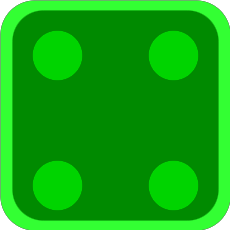
ReshadShirzai/project-opdracht keeps this draw.io diagram as img/dobbel4.png. Above is the earlier version. Source tidied: cells renumbered, new cells last; positions are measured from the earlier drawing's top-left corner, leaving out a move shared by most shapes. The source it was exported from:
```xml
<mxGraphModel>
  <root>
    <mxCell id="0" />
    <mxCell id="1" parent="0" />
    <mxCell id="2" style="rounded=1;whiteSpace=wrap;html=1;glass=0;shadow=0;fillColor=#33FF33;strokeWidth=0;" parent="1" vertex="1">
      <mxGeometry width="230" height="230" as="geometry" />
    </mxCell>
    <mxCell id="3" style="rounded=1;whiteSpace=wrap;html=1;fillColor=#008a00;fontColor=#ffffff;strokeColor=#005700;strokeWidth=0;" parent="1" vertex="1">
      <mxGeometry x="12" y="10" width="206" height="210" as="geometry" />
    </mxCell>
    <mxCell id="4" style="ellipse;whiteSpace=wrap;html=1;fillColor=#00D400;strokeColor=#005700;fontColor=#ffffff;fillStyle=solid;strokeWidth=0;" parent="1" vertex="1">
      <mxGeometry x="32" y="30" width="50" height="50" as="geometry" />
    </mxCell>
    <mxCell id="5" style="ellipse;whiteSpace=wrap;html=1;fillColor=#00D400;strokeColor=#005700;fontColor=#ffffff;fillStyle=solid;strokeWidth=0;" parent="1" vertex="1">
      <mxGeometry x="148" y="160" width="50" height="50" as="geometry" />
    </mxCell>
    <mxCell id="6" style="ellipse;whiteSpace=wrap;html=1;fillColor=#00D400;strokeColor=#005700;fontColor=#ffffff;fillStyle=solid;strokeWidth=0;" parent="1" vertex="1">
      <mxGeometry x="32" y="160" width="50" height="50" as="geometry" />
    </mxCell>
    <mxCell id="7" style="ellipse;whiteSpace=wrap;html=1;fillColor=#00D400;strokeColor=#005700;fontColor=#ffffff;fillStyle=solid;strokeWidth=0;" parent="1" vertex="1">
      <mxGeometry x="148" y="30" width="50" height="50" as="geometry" />
    </mxCell>
  </root>
</mxGraphModel>
```
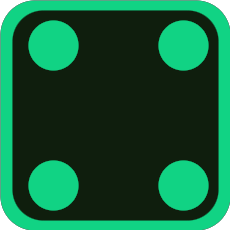
Later version of the same file.

What changed in the source:
```diff
@@ -2,23 +2,23 @@
   <root>
     <mxCell id="0" />
     <mxCell id="1" parent="0" />
-    <mxCell id="2" style="rounded=1;whiteSpace=wrap;html=1;glass=0;shadow=0;fillColor=#33FF33;strokeWidth=0;" parent="1" vertex="1">
+    <mxCell id="2" style="rounded=1;whiteSpace=wrap;html=1;glass=0;shadow=0;fillColor=#11D384;strokeWidth=0;" parent="1" vertex="1">
       <mxGeometry width="230" height="230" as="geometry" />
     </mxCell>
-    <mxCell id="3" style="rounded=1;whiteSpace=wrap;html=1;fillColor=#008a00;fontColor=#ffffff;strokeColor=#005700;strokeWidth=0;" parent="1" vertex="1">
+    <mxCell id="3" style="rounded=1;whiteSpace=wrap;html=1;fillColor=#0F1E0D;fontColor=#ffffff;strokeColor=#0F1E0D;strokeWidth=0;" parent="1" vertex="1">
       <mxGeometry x="12" y="10" width="206" height="210" as="geometry" />
     </mxCell>
-    <mxCell id="4" style="ellipse;whiteSpace=wrap;html=1;fillColor=#00D400;strokeColor=#005700;fontColor=#ffffff;fillStyle=solid;strokeWidth=0;" parent="1" vertex="1">
-      <mxGeometry x="32" y="30" width="50" height="50" as="geometry" />
-    </mxCell>
-    <mxCell id="5" style="ellipse;whiteSpace=wrap;html=1;fillColor=#00D400;strokeColor=#005700;fontColor=#ffffff;fillStyle=solid;strokeWidth=0;" parent="1" vertex="1">
-      <mxGeometry x="148" y="160" width="50" height="50" as="geometry" />
-    </mxCell>
-    <mxCell id="6" style="ellipse;whiteSpace=wrap;html=1;fillColor=#00D400;strokeColor=#005700;fontColor=#ffffff;fillStyle=solid;strokeWidth=0;" parent="1" vertex="1">
-      <mxGeometry x="32" y="160" width="50" height="50" as="geometry" />
+    <mxCell id="6" style="ellipse;whiteSpace=wrap;html=1;fillColor=#11D384;strokeColor=#11D384;fontColor=#ffffff;fillStyle=solid;strokeWidth=0;" parent="1" vertex="1">
+      <mxGeometry x="158" y="160" width="50" height="50" as="geometry" />
     </mxCell>
-    <mxCell id="7" style="ellipse;whiteSpace=wrap;html=1;fillColor=#00D400;strokeColor=#005700;fontColor=#ffffff;fillStyle=solid;strokeWidth=0;" parent="1" vertex="1">
-      <mxGeometry x="148" y="30" width="50" height="50" as="geometry" />
-    </mxCell>
+    <mxCell id="8" style="ellipse;whiteSpace=wrap;html=1;fillColor=#11D384;strokeColor=#11D384;fontColor=#ffffff;fillStyle=solid;strokeWidth=0;" parent="1" vertex="1">
+      <mxGeometry x="28" y="20" width="50" height="50" as="geometry" />
+    </mxCell>
+    <mxCell id="9" style="ellipse;whiteSpace=wrap;html=1;fillColor=#11D384;strokeColor=#11D384;fontColor=#ffffff;fillStyle=solid;strokeWidth=0;" parent="1" vertex="1">
+      <mxGeometry x="28" y="160" width="50" height="50" as="geometry" />
+    </mxCell>
+    <mxCell id="10" style="ellipse;whiteSpace=wrap;html=1;fillColor=#11D384;strokeColor=#11D384;fontColor=#ffffff;fillStyle=solid;strokeWidth=0;" parent="1" vertex="1">
+      <mxGeometry x="158" y="20" width="50" height="50" as="geometry" />
+    </mxCell>
   </root>
 </mxGraphModel>
```
